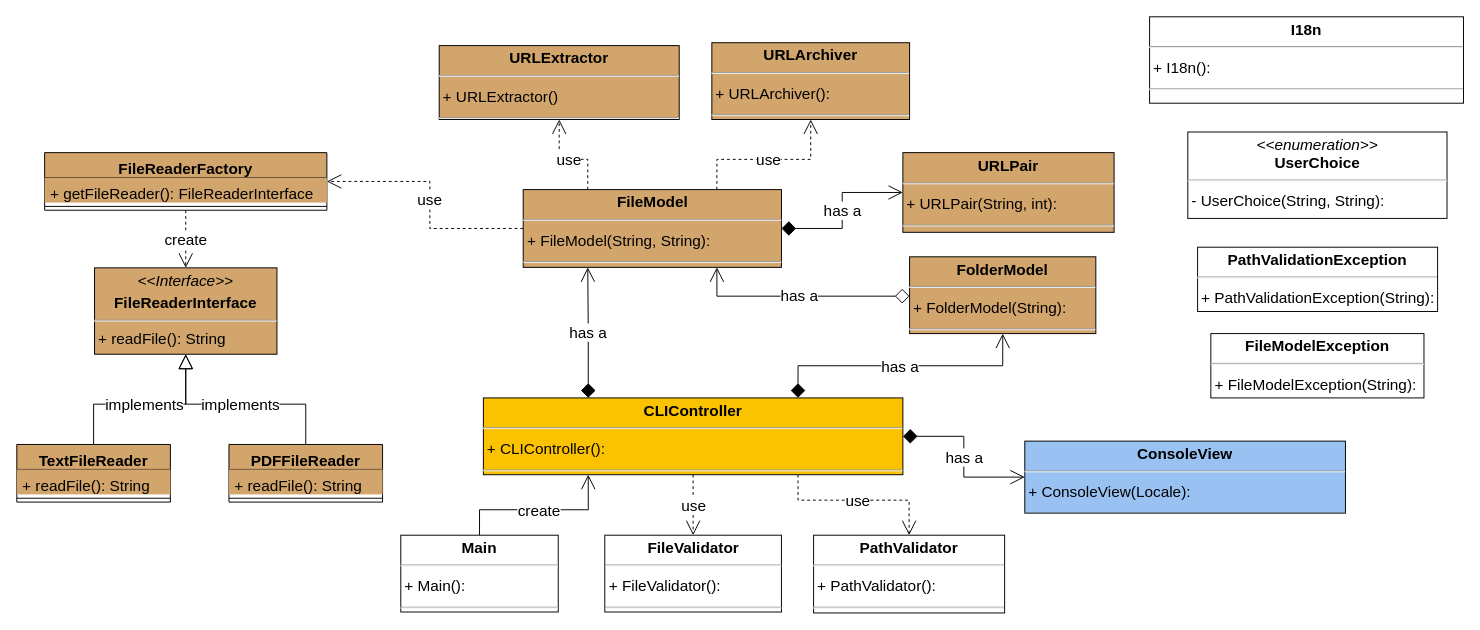
Above: page "Presentation_0" (2 of 11) of report/diagrams/URL_Archiver_Class_Diagram.drawio in devobern/URL-Archiver (draw.io), before the change. Source tidied: cells renumbered, new cells numbered last; positions are measured from the earlier drawing's top-left corner, leaving out a move shared by most shapes. Both pictures are drawn from the tidied source at 96%, with x=0, y=0 at pixel (16, 16).
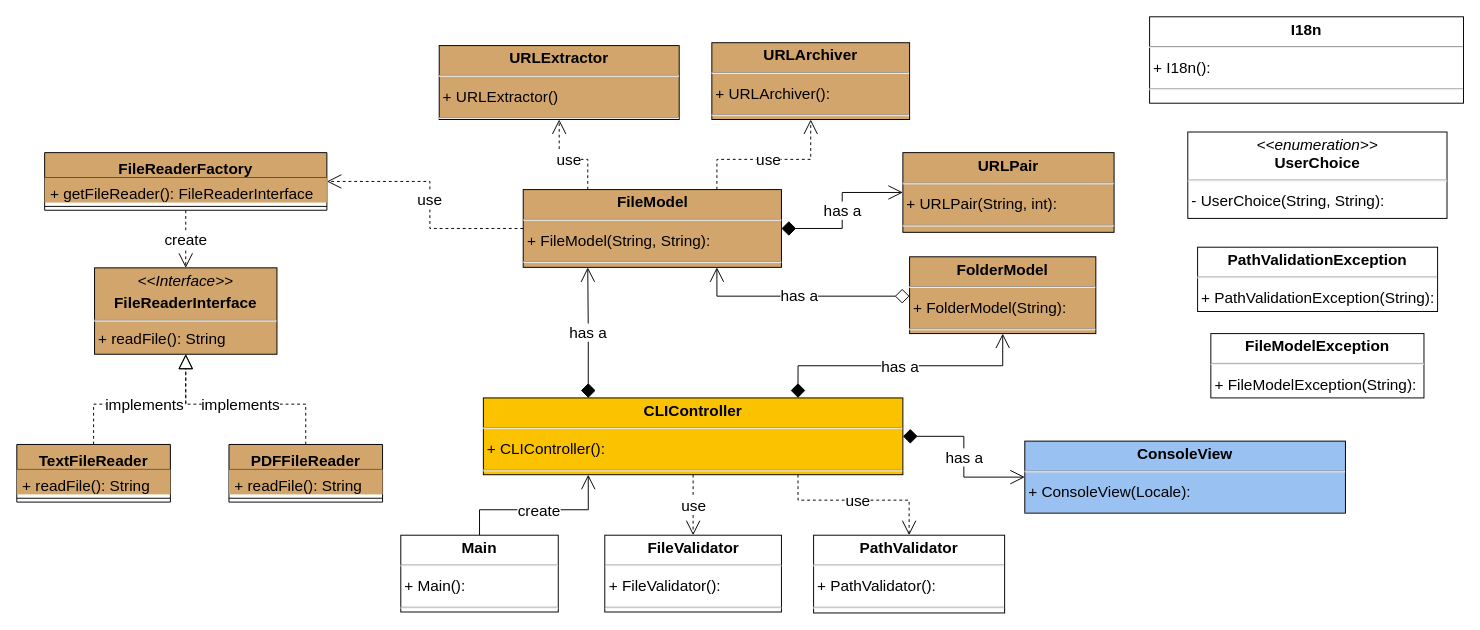
The same diagram, later.

The change refers to these unchanged cells:
```xml
<mxCell id="8" value="&lt;p style=&quot;margin: 4px 0px 0px; text-align: center; font-size: 16px;&quot;&gt;&lt;i style=&quot;font-size: 16px;&quot;&gt;&amp;lt;&amp;lt;Interface&amp;gt;&amp;gt;&lt;/i&gt;&lt;/p&gt;&lt;p style=&quot;margin: 4px 0px 0px; text-align: center; font-size: 16px;&quot;&gt;&lt;b style=&quot;font-size: 16px;&quot;&gt;FileReaderInterface&lt;/b&gt;&lt;br style=&quot;font-size: 16px;&quot;&gt;&lt;/p&gt;&lt;hr style=&quot;font-size: 16px;&quot;&gt;&lt;p style=&quot;margin: 0px 0px 0px 4px; font-size: 16px;&quot;&gt;+ readFile(): String&lt;br style=&quot;font-size: 16px;&quot;&gt;&lt;/p&gt;&lt;hr style=&quot;font-size: 16px;&quot;&gt;&lt;p style=&quot;margin: 0px 0px 0px 4px; font-size: 16px;&quot;&gt;&lt;br style=&quot;font-size: 16px;&quot;&gt;&lt;/p&gt;" style="verticalAlign=top;align=left;overflow=fill;fontSize=16;fontFamily=Helvetica;html=1;whiteSpace=wrap;fillColor=#D2A56D;" parent="1" vertex="1">
  <mxGeometry x="81" y="261.5" width="190" height="90" as="geometry" />
</mxCell>
<mxCell id="10" value="TextFileReader" style="swimlane;fontStyle=1;align=center;verticalAlign=top;horizontal=1;startSize=26;whiteSpace=wrap;html=1;fontSize=16;fillColor=#D2A56D;" parent="1" vertex="1">
  <mxGeometry y="445.5" width="160" height="60" as="geometry" />
</mxCell>
<mxCell id="14" value="PDFFileReader" style="swimlane;fontStyle=1;align=center;verticalAlign=top;horizontal=1;startSize=26;whiteSpace=wrap;html=1;fontSize=16;fillColor=#D2A56D;" parent="1" vertex="1">
  <mxGeometry x="221" y="445.5" width="160" height="60" as="geometry" />
</mxCell>
```

What changed in the source:
```diff
@@
-    <mxCell id="9" value="implements" style="edgeStyle=orthogonalEdgeStyle;rounded=0;jettySize=auto;html=1;exitX=0.5;exitY=0;exitDx=0;exitDy=0;endArrow=block;endFill=0;endSize=13;startSize=13;fontSize=16;" parent="1" edge="1" source="10" target="8">
+    <mxCell id="9" value="implements" style="edgeStyle=orthogonalEdgeStyle;rounded=0;jettySize=auto;html=1;exitX=0.5;exitY=0;exitDx=0;exitDy=0;endArrow=block;endFill=0;endSize=13;startSize=13;fontSize=16;dashed=1;" parent="1" edge="1" source="10" target="8">
       <mxGeometry relative="1" as="geometry" />
     </mxCell>
@@
-    <mxCell id="13" value="implements" style="edgeStyle=orthogonalEdgeStyle;rounded=0;jettySize=auto;html=1;exitX=0.5;exitY=0;exitDx=0;exitDy=0;endArrow=block;endFill=0;endSize=13;startSize=13;fontSize=16;" parent="1" edge="1" source="14" target="8">
+    <mxCell id="13" value="implements" style="edgeStyle=orthogonalEdgeStyle;rounded=0;jettySize=auto;html=1;exitX=0.5;exitY=0;exitDx=0;exitDy=0;endArrow=block;endFill=0;endSize=13;startSize=13;fontSize=16;dashed=1;" parent="1" edge="1" source="14" target="8">
       <mxGeometry relative="1" as="geometry" />
     </mxCell>
```
